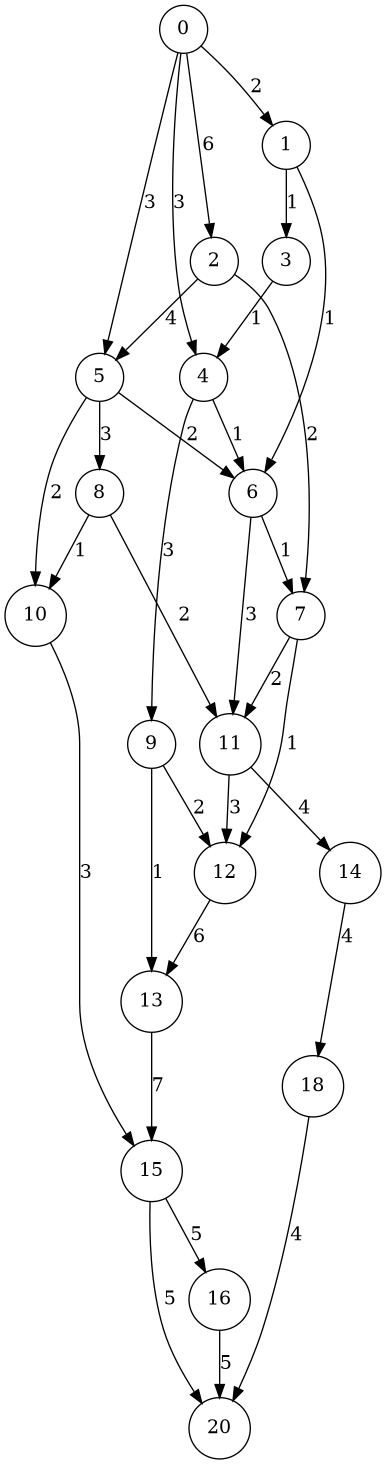
Above: figures/graphc.png in kaygun/ford-fulkerson (Graphviz), before the change. Its source is kept beside it as figures/graphc.dot.
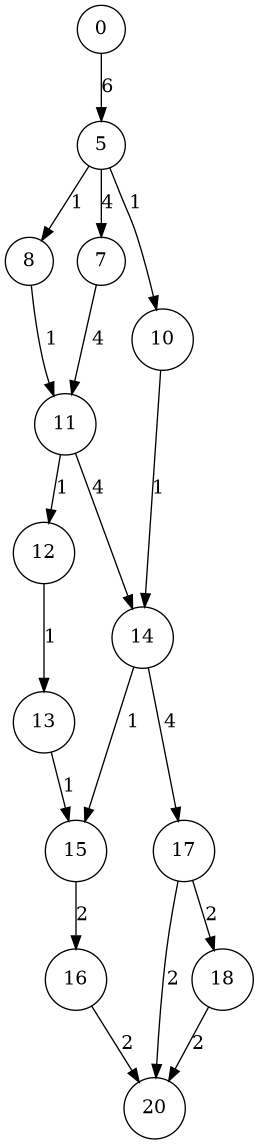
Above is the later version.

The edit, as a diff of the source:
```diff
@@ -1,35 +1,21 @@
 digraph G {
 node[shape=circle];
-"8" -> "11" [label=2];
-"7" -> "12" [label=1];
-"13" -> "15" [label=7];
-"7" -> "11" [label=2];
-"10" -> "15" [label=3];
-"2" -> "5" [label=4];
-"15" -> "16" [label=5];
-"6" -> "7" [label=1];
-"12" -> "13" [label=6];
-"5" -> "10" [label=2];
-"0" -> "5" [label=3];
-"3" -> "4" [label=1];
+"8" -> "11" [label=1];
+"10" -> "14" [label=1];
+"13" -> "15" [label=1];
+"7" -> "11" [label=4];
+"14" -> "17" [label=4];
+"15" -> "16" [label=2];
+"12" -> "13" [label=1];
+"5" -> "10" [label=1];
+"0" -> "5" [label=6];
+"17" -> "18" [label=2];
 "11" -> "14" [label=4];
-"8" -> "10" [label=1];
-"9" -> "12" [label=2];
-"4" -> "9" [label=3];
-"15" -> "20" [label=5];
-"4" -> "6" [label=1];
-"11" -> "12" [label=3];
-"1" -> "3" [label=1];
-"5" -> "6" [label=2];
-"5" -> "8" [label=3];
-"6" -> "11" [label=3];
-"2" -> "7" [label=2];
-"0" -> "2" [label=6];
-"0" -> "4" [label=3];
-"14" -> "18" [label=4];
-"9" -> "13" [label=1];
-"1" -> "6" [label=1];
-"16" -> "20" [label=5];
-"18" -> "20" [label=4];
-"0" -> "1" [label=2];
+"14" -> "15" [label=1];
+"5" -> "7" [label=4];
+"11" -> "12" [label=1];
+"5" -> "8" [label=1];
+"16" -> "20" [label=2];
+"18" -> "20" [label=2];
+"17" -> "20" [label=2];
 }
```
